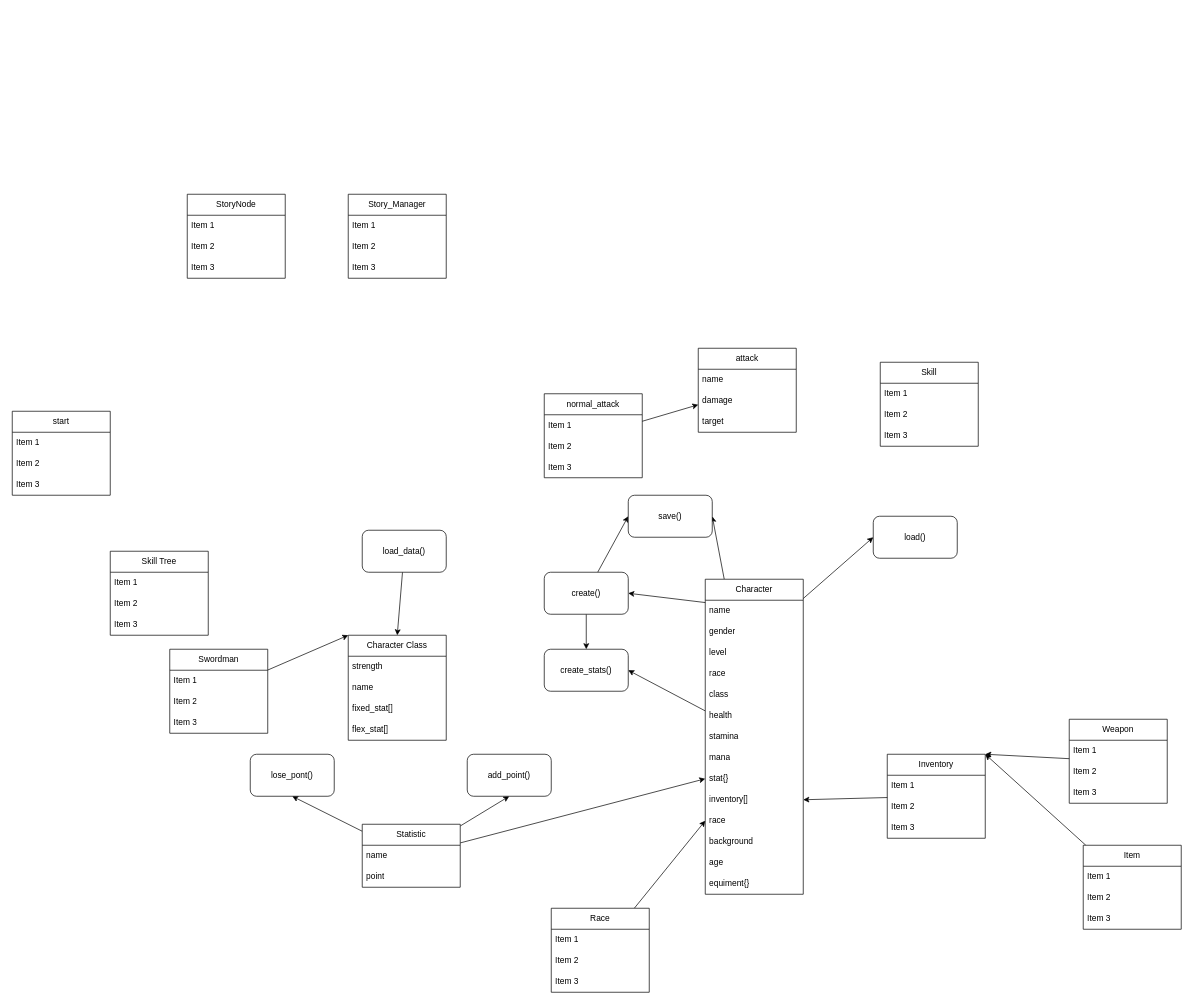
minhduc1212/Text_Based_Game keeps this draw.io diagram as design.drawio. Above is the earlier version. Source tidied: cells renumbered, new cells numbered last; positions are measured from the earlier drawing's top-left corner, leaving out a move shared by most shapes. Both pictures are drawn from the tidied source at 70%, with x=0, y=0 at pixel (12, 194).
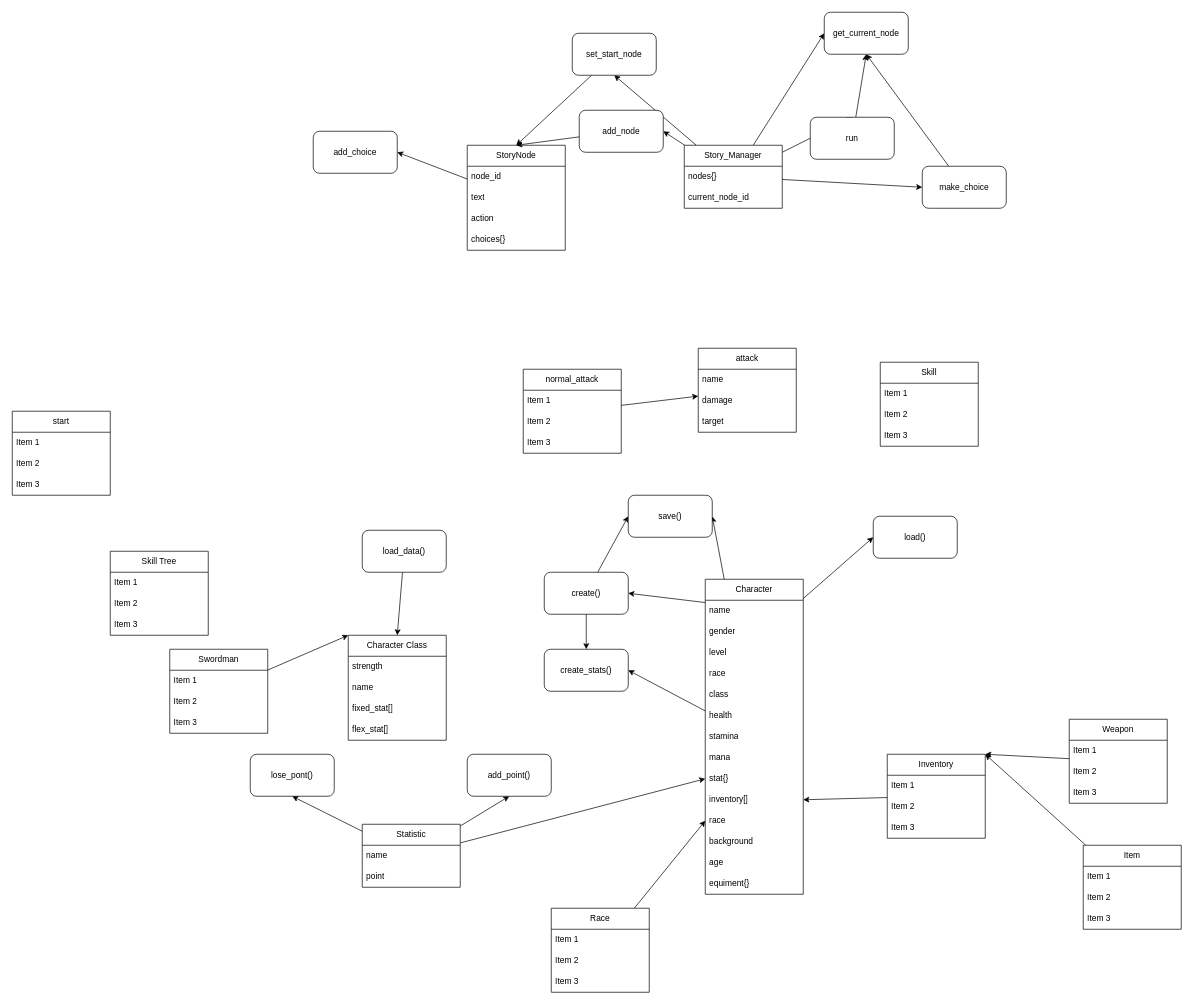
Above is the later version.

Commit message (it also covers changes not shown here):
feat(design): story

The edit, as a diff of the source:
```diff
@@
+    <mxCell id="96" style="edgeStyle=none;html=1;entryX=0.5;entryY=0;entryDx=0;entryDy=0;" parent="1" edge="1" source="77" target="115">
+      <mxGeometry relative="1" as="geometry" />
+    </mxCell>
+    <mxCell id="97" style="edgeStyle=none;html=1;entryX=1;entryY=0.5;entryDx=0;entryDy=0;" parent="1" edge="1" source="77" target="108">
+      <mxGeometry relative="1" as="geometry" />
+    </mxCell>
+    <mxCell id="98" style="edgeStyle=none;html=1;entryX=0.5;entryY=1;entryDx=0;entryDy=0;" parent="1" edge="1" source="77" target="110">
+      <mxGeometry relative="1" as="geometry" />
+    </mxCell>
+    <mxCell id="99" style="edgeStyle=none;html=1;entryX=0;entryY=0.5;entryDx=0;entryDy=0;" parent="1" edge="1" source="77" target="111">
+      <mxGeometry relative="1" as="geometry" />
+    </mxCell>
+    <mxCell id="100" style="edgeStyle=none;html=1;entryX=0;entryY=0.5;entryDx=0;entryDy=0;" parent="1" edge="1" source="77" target="113">
+      <mxGeometry relative="1" as="geometry" />
+    </mxCell>
     <mxCell id="77" value="Story_Manager" style="swimlane;fontStyle=0;horizontal=1;startSize=30;whiteSpace=wrap;html=1;" parent="1" vertex="1">
-      <mxGeometry x="480" width="140" height="120" as="geometry" />
+      <mxGeometry x="960" y="-70" width="140" height="90" as="geometry" />
     </mxCell>
-    <mxCell id="78" value="Item 1" style="text;strokeColor=none;fillColor=none;align=left;verticalAlign=middle;spacingLeft=4;spacingRight=4;overflow=hidden;whiteSpace=wrap;html=1;" parent="77" vertex="1">
+    <mxCell id="78" value="nodes{}" style="text;strokeColor=none;fillColor=none;align=left;verticalAlign=middle;spacingLeft=4;spacingRight=4;overflow=hidden;whiteSpace=wrap;html=1;" parent="77" vertex="1">
       <mxGeometry y="30" width="140" height="30" as="geometry" />
     </mxCell>
-    <mxCell id="79" value="Item 2" style="text;strokeColor=none;fillColor=none;align=left;verticalAlign=middle;spacingLeft=4;spacingRight=4;overflow=hidden;whiteSpace=wrap;html=1;" parent="77" vertex="1">
+    <mxCell id="79" value="current_node_id" style="text;strokeColor=none;fillColor=none;align=left;verticalAlign=middle;spacingLeft=4;spacingRight=4;overflow=hidden;whiteSpace=wrap;html=1;" parent="77" vertex="1">
       <mxGeometry y="60" width="140" height="30" as="geometry" />
     </mxCell>
-    <mxCell id="80" value="Item 3" style="text;strokeColor=none;fillColor=none;align=left;verticalAlign=middle;spacingLeft=4;spacingRight=4;overflow=hidden;whiteSpace=wrap;html=1;" parent="77" vertex="1">
-      <mxGeometry y="90" width="140" height="30" as="geometry" />
-    </mxCell>
@@
     <mxCell id="87" value="normal_attack" style="swimlane;fontStyle=0;horizontal=1;startSize=30;whiteSpace=wrap;html=1;" parent="1" vertex="1">
-      <mxGeometry x="760" y="285" width="140" height="120" as="geometry" />
+      <mxGeometry x="730" y="250" width="140" height="120" as="geometry" />
     </mxCell>
@@
+    <mxCell id="101" style="edgeStyle=none;html=1;entryX=1;entryY=0.5;entryDx=0;entryDy=0;" parent="1" edge="1" source="92" target="106">
+      <mxGeometry relative="1" as="geometry" />
+    </mxCell>
     <mxCell id="92" value="StoryNode" style="swimlane;fontStyle=0;horizontal=1;startSize=30;whiteSpace=wrap;html=1;" parent="1" vertex="1">
-      <mxGeometry x="250" width="140" height="120" as="geometry" />
+      <mxGeometry x="650" y="-70" width="140" height="150" as="geometry" />
     </mxCell>
-    <mxCell id="93" value="Item 1" style="text;strokeColor=none;fillColor=none;align=left;verticalAlign=middle;spacingLeft=4;spacingRight=4;overflow=hidden;whiteSpace=wrap;html=1;" parent="92" vertex="1">
-      <mxGeometry y="30" width="140" height="30" as="geometry" />
-    </mxCell>
-    <mxCell id="94" value="Item 2" style="text;strokeColor=none;fillColor=none;align=left;verticalAlign=middle;spacingLeft=4;spacingRight=4;overflow=hidden;whiteSpace=wrap;html=1;" parent="92" vertex="1">
-      <mxGeometry y="60" width="140" height="30" as="geometry" />
-    </mxCell>
-    <mxCell id="95" value="Item 3" style="text;strokeColor=none;fillColor=none;align=left;verticalAlign=middle;spacingLeft=4;spacingRight=4;overflow=hidden;whiteSpace=wrap;html=1;" parent="92" vertex="1">
-      <mxGeometry y="90" width="140" height="30" as="geometry" />
-    </mxCell>
+    <mxCell id="102" value="node_id" style="text;strokeColor=none;fillColor=none;align=left;verticalAlign=middle;spacingLeft=4;spacingRight=4;overflow=hidden;whiteSpace=wrap;html=1;" parent="92" vertex="1">
+      <mxGeometry y="30" width="140" height="30" as="geometry" />
+    </mxCell>
+    <mxCell id="103" value="text" style="text;strokeColor=none;fillColor=none;align=left;verticalAlign=middle;spacingLeft=4;spacingRight=4;overflow=hidden;whiteSpace=wrap;html=1;" parent="92" vertex="1">
+      <mxGeometry y="60" width="140" height="30" as="geometry" />
+    </mxCell>
+    <mxCell id="104" value="action" style="text;strokeColor=none;fillColor=none;align=left;verticalAlign=middle;spacingLeft=4;spacingRight=4;overflow=hidden;whiteSpace=wrap;html=1;" parent="92" vertex="1">
+      <mxGeometry y="90" width="140" height="30" as="geometry" />
+    </mxCell>
+    <mxCell id="105" value="choices{}" style="text;strokeColor=none;fillColor=none;align=left;verticalAlign=middle;spacingLeft=4;spacingRight=4;overflow=hidden;whiteSpace=wrap;html=1;" parent="92" vertex="1">
+      <mxGeometry y="120" width="140" height="30" as="geometry" />
+    </mxCell>
+    <mxCell id="106" value="add_choice" style="rounded=1;whiteSpace=wrap;html=1;" parent="1" vertex="1">
+      <mxGeometry x="430" y="-90" width="120" height="60" as="geometry" />
+    </mxCell>
+    <mxCell id="107" style="edgeStyle=none;html=1;entryX=0.5;entryY=0;entryDx=0;entryDy=0;" parent="1" edge="1" source="108" target="92">
+      <mxGeometry relative="1" as="geometry" />
+    </mxCell>
+    <mxCell id="108" value="add_node" style="rounded=1;whiteSpace=wrap;html=1;" parent="1" vertex="1">
+      <mxGeometry x="810" y="-120" width="120" height="60" as="geometry" />
+    </mxCell>
+    <mxCell id="109" style="edgeStyle=none;html=1;entryX=0.5;entryY=0;entryDx=0;entryDy=0;" parent="1" edge="1" source="110" target="92">
+      <mxGeometry relative="1" as="geometry" />
+    </mxCell>
+    <mxCell id="110" value="set_start_node" style="rounded=1;whiteSpace=wrap;html=1;" parent="1" vertex="1">
+      <mxGeometry x="800" y="-230" width="120" height="60" as="geometry" />
+    </mxCell>
+    <mxCell id="111" value="get_current_node" style="rounded=1;whiteSpace=wrap;html=1;" parent="1" vertex="1">
+      <mxGeometry x="1160" y="-260" width="120" height="60" as="geometry" />
+    </mxCell>
+    <mxCell id="112" style="edgeStyle=none;html=1;entryX=0.5;entryY=1;entryDx=0;entryDy=0;" parent="1" edge="1" source="113" target="111">
+      <mxGeometry relative="1" as="geometry" />
+    </mxCell>
+    <mxCell id="113" value="make_choice" style="rounded=1;whiteSpace=wrap;html=1;" parent="1" vertex="1">
+      <mxGeometry x="1300" y="-40" width="120" height="60" as="geometry" />
+    </mxCell>
+    <mxCell id="114" style="edgeStyle=none;html=1;entryX=0.5;entryY=1;entryDx=0;entryDy=0;" parent="1" edge="1" source="115" target="111">
+      <mxGeometry relative="1" as="geometry" />
+    </mxCell>
+    <mxCell id="115" value="run" style="rounded=1;whiteSpace=wrap;html=1;" parent="1" vertex="1">
+      <mxGeometry x="1140" y="-110" width="120" height="60" as="geometry" />
+    </mxCell>
```
